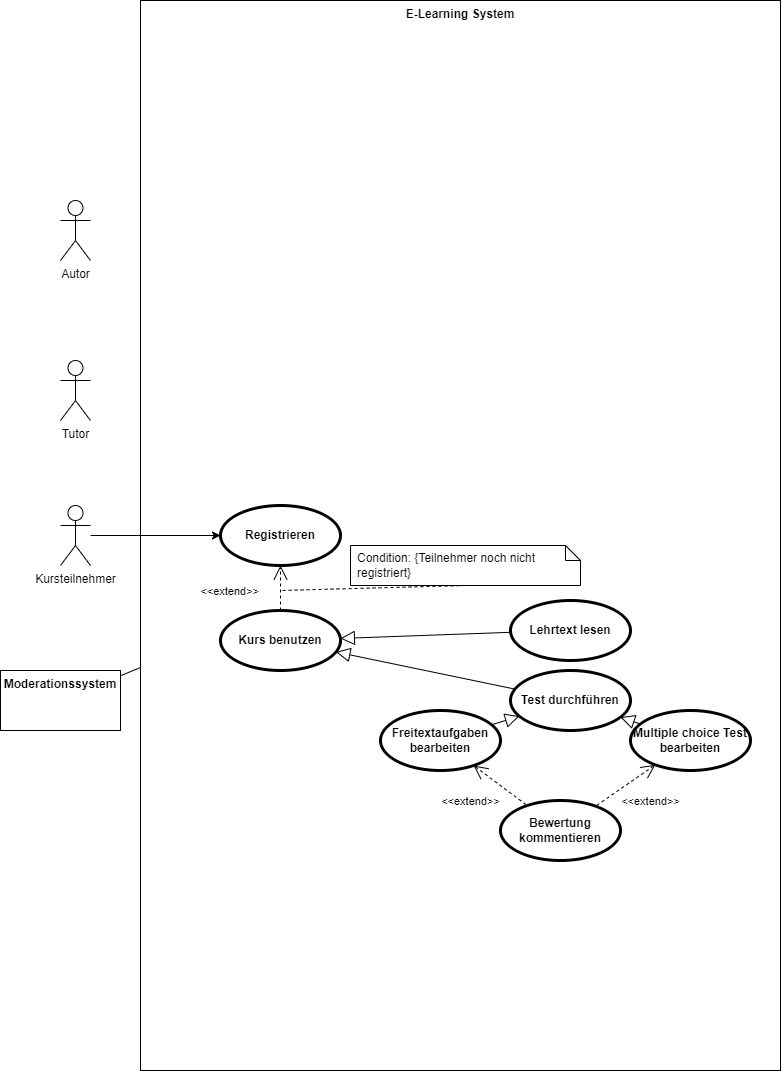
Earlier version of the draw.io export Uebung8/E_Learning.drawio.png (jahtzee/SE_WS21). Source tidied: cells renumbered, new cells last; positions are measured from the earlier drawing's top-left corner, leaving out a move shared by most shapes.
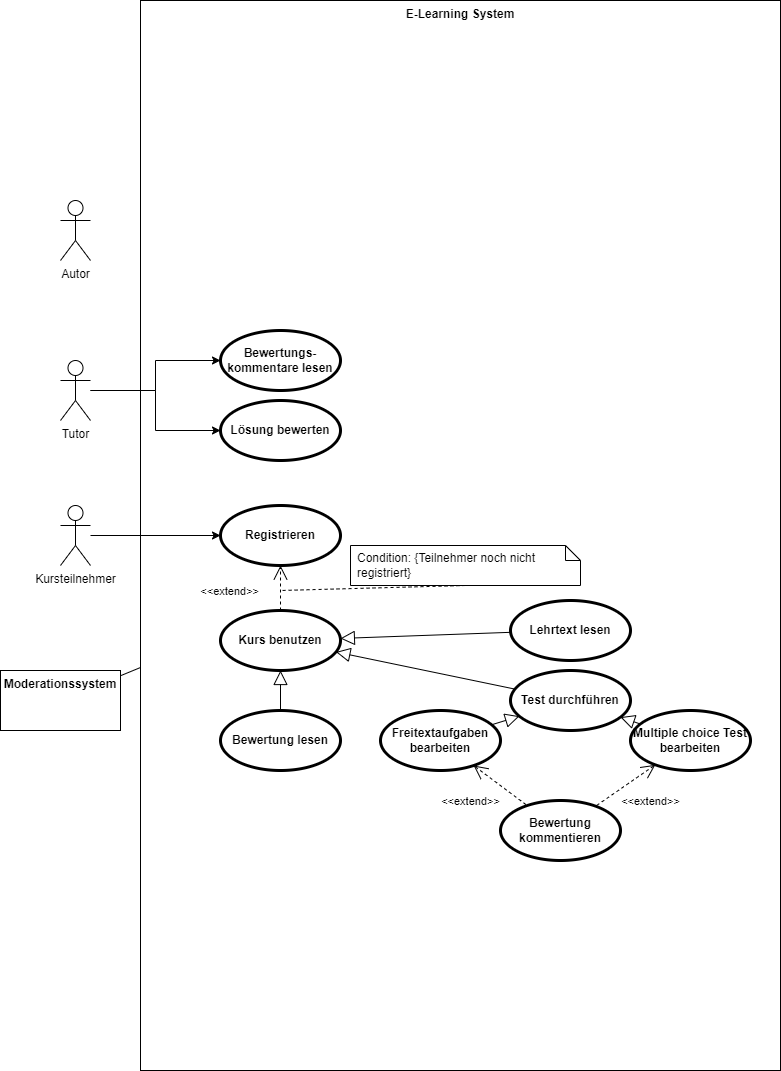
Above is the later version.

What changed in the source:
```diff
@@ -5,6 +5,12 @@
     <mxCell id="2" value="E-Learning System" style="shape=rect;html=1;verticalAlign=top;fontStyle=1;whiteSpace=wrap;align=center;" parent="1" vertex="1">
       <mxGeometry x="140" width="640" height="1070" as="geometry" />
     </mxCell>
+    <mxCell id="25" style="edgeStyle=orthogonalEdgeStyle;rounded=0;jettySize=auto;html=1;" parent="1" edge="1" source="3" target="27">
+      <mxGeometry relative="1" as="geometry" />
+    </mxCell>
+    <mxCell id="26" style="edgeStyle=orthogonalEdgeStyle;rounded=0;jettySize=auto;html=1;" parent="1" edge="1" source="3" target="28">
+      <mxGeometry relative="1" as="geometry" />
+    </mxCell>
     <mxCell id="3" value="Tutor&lt;br&gt;" style="shape=umlActor;html=1;verticalLabelPosition=bottom;verticalAlign=top;align=center;" parent="1" vertex="1">
       <mxGeometry x="60" y="360" width="30" height="60" as="geometry" />
     </mxCell>
@@ -73,5 +79,17 @@
     <mxCell id="24" value="&amp;lt;&amp;lt;extend&amp;gt;&amp;gt;" style="edgeStyle=none;html=1;startArrow=open;endArrow=none;startSize=12;verticalAlign=bottom;dashed=1;labelBackgroundColor=none;rounded=0;" parent="1" edge="1" source="16" target="22">
       <mxGeometry x="-0.17" y="35" relative="1" as="geometry" />
     </mxCell>
+    <mxCell id="27" value="Lösung bewerten" style="shape=ellipse;html=1;strokeWidth=3;fontStyle=1;whiteSpace=wrap;align=center;perimeter=ellipsePerimeter;" parent="1" vertex="1">
+      <mxGeometry x="220" y="400" width="120" height="60" as="geometry" />
+    </mxCell>
+    <mxCell id="28" value="Bewertungs-&lt;br&gt;kommentare lesen" style="shape=ellipse;html=1;strokeWidth=3;fontStyle=1;whiteSpace=wrap;align=center;perimeter=ellipsePerimeter;" parent="1" vertex="1">
+      <mxGeometry x="220" y="330" width="120" height="60" as="geometry" />
+    </mxCell>
+    <mxCell id="29" value="Bewertung lesen" style="shape=ellipse;html=1;strokeWidth=3;fontStyle=1;whiteSpace=wrap;align=center;perimeter=ellipsePerimeter;" parent="1" vertex="1">
+      <mxGeometry x="220" y="710" width="120" height="60" as="geometry" />
+    </mxCell>
+    <mxCell id="30" style="edgeStyle=none;html=1;endArrow=block;endFill=0;endSize=12;verticalAlign=bottom;rounded=0;" parent="1" edge="1" source="29" target="9">
+      <mxGeometry relative="1" as="geometry" />
+    </mxCell>
   </root>
 </mxGraphModel>
```
